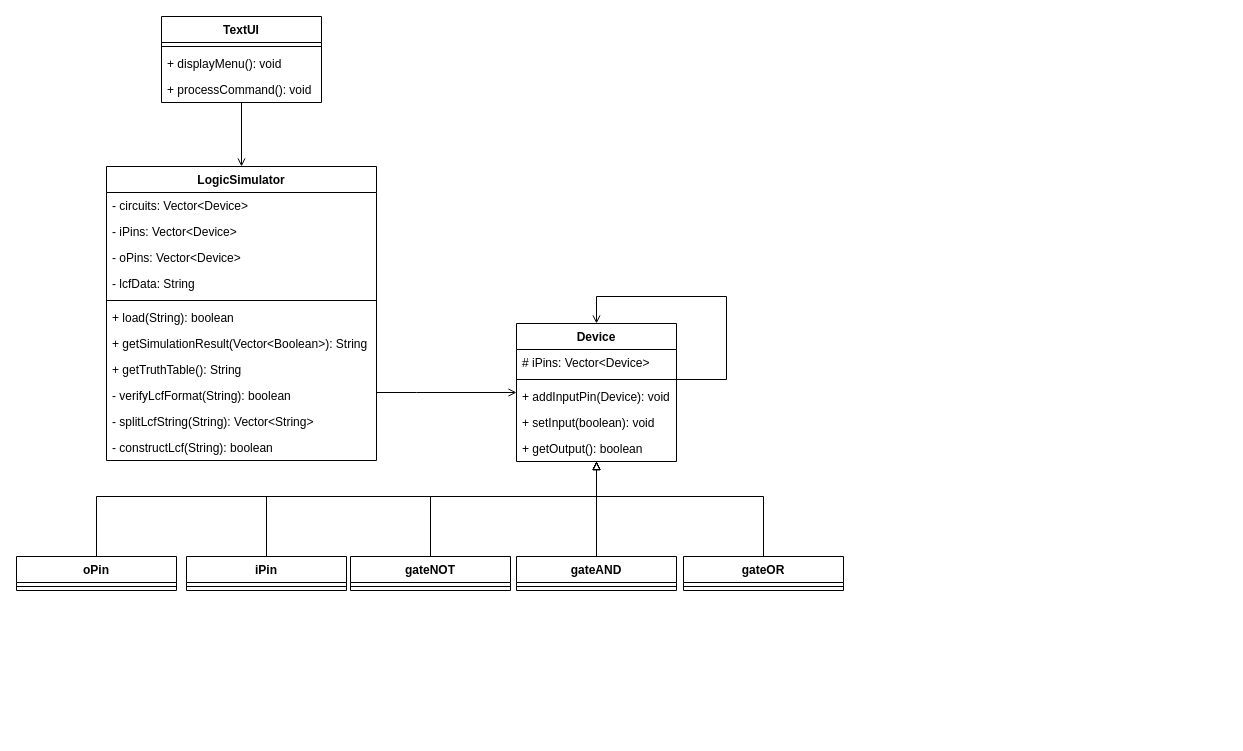
The draw.io diagram src/hw1.drawio.drawio in t109598097/109598097_2020_NTUT, before the edit. Source tidied: cells renumbered, new cells numbered last; positions are measured from the earlier drawing's top-left corner, leaving out a move shared by most shapes. Both pictures are drawn from the tidied source at 100%, with x=0, y=0 at pixel (16, 16).
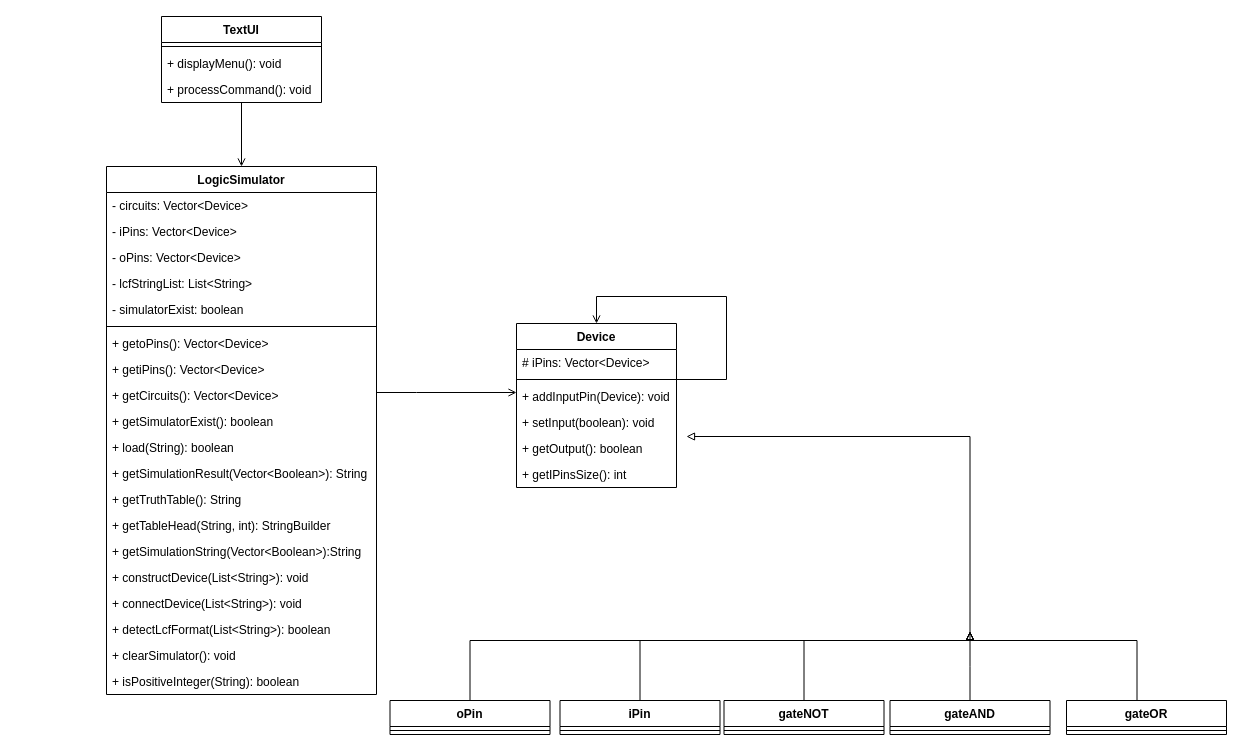
The same diagram, later.

Change to the diagram source:
```diff
@@
-    <mxCell id="2" style="edgeStyle=orthogonalEdgeStyle;rounded=0;jettySize=auto;html=1;endArrow=block;endFill=0;" parent="1" edge="1" source="3" target="20">
+    <mxCell id="2" style="edgeStyle=orthogonalEdgeStyle;rounded=0;jettySize=auto;html=1;endArrow=block;endFill=0;" parent="1" edge="1" source="3">
       <mxGeometry relative="1" as="geometry">
+        <mxPoint x="953.5" y="615" as="targetPoint" />
         <Array as="points">
-          <mxPoint x="414" y="480" />
-          <mxPoint x="580" y="480" />
+          <mxPoint x="787.5" y="624" />
+          <mxPoint x="953.5" y="624" />
         </Array>
       </mxGeometry>
     </mxCell>
-    <mxCell id="3" value="gateNOT" style="swimlane;fontStyle=1;align=center;verticalAlign=top;horizontal=1;startSize=26;" parent="1" vertex="1">
-      <mxGeometry x="334" y="540" width="160" height="34" as="geometry" />
-    </mxCell>
-    <mxCell id="4" style="line;strokeWidth=1;fillColor=none;align=left;verticalAlign=middle;spacingTop=-1;spacingLeft=3;spacingRight=3;labelPosition=right;" parent="3" vertex="1">
-      <mxGeometry y="26" width="160" height="8" as="geometry" />
-    </mxCell>
-    <mxCell id="5" style="edgeStyle=orthogonalEdgeStyle;rounded=0;jettySize=auto;html=1;endArrow=block;endFill=0;" parent="1" edge="1" source="18" target="20">
-      <mxGeometry relative="1" as="geometry" />
+    <mxCell id="5" style="edgeStyle=orthogonalEdgeStyle;rounded=0;jettySize=auto;html=1;endArrow=block;endFill=0;" parent="1" edge="1" source="18">
+      <mxGeometry relative="1" as="geometry">
+        <mxPoint x="953.5" y="615" as="targetPoint" />
+      </mxGeometry>
     </mxCell>
-    <mxCell id="6" style="edgeStyle=orthogonalEdgeStyle;rounded=0;jettySize=auto;html=1;endArrow=block;endFill=0;" parent="1" edge="1" source="7" target="20">
+    <mxCell id="6" style="edgeStyle=orthogonalEdgeStyle;rounded=0;orthogonalLoop=1;jettySize=auto;html=1;endArrow=block;endFill=0;" parent="1" edge="1">
       <mxGeometry relative="1" as="geometry">
+        <mxPoint x="1120.5" y="684" as="sourcePoint" />
+        <mxPoint x="953.5" y="615" as="targetPoint" />
         <Array as="points">
-          <mxPoint x="747" y="480" />
-          <mxPoint x="580" y="480" />
+          <mxPoint x="1120.5" y="624" />
+          <mxPoint x="953.5" y="624" />
         </Array>
       </mxGeometry>
     </mxCell>
-    <mxCell id="7" value="gateOR" style="swimlane;fontStyle=1;align=center;verticalAlign=top;horizontal=1;startSize=26;" parent="1" vertex="1">
-      <mxGeometry x="667" y="540" width="160" height="34" as="geometry" />
-    </mxCell>
-    <mxCell id="8" style="line;strokeWidth=1;fillColor=none;align=left;verticalAlign=middle;spacingTop=-1;spacingLeft=3;spacingRight=3;labelPosition=right;" parent="7" vertex="1">
-      <mxGeometry y="26" width="160" height="8" as="geometry" />
-    </mxCell>
-    <mxCell id="9" style="edgeStyle=orthogonalEdgeStyle;rounded=0;jettySize=auto;html=1;exitX=0.5;exitY=0;exitDx=0;exitDy=0;endArrow=block;endFill=0;" parent="1" edge="1" source="10" target="20">
+    <mxCell id="9" style="edgeStyle=orthogonalEdgeStyle;rounded=0;jettySize=auto;html=1;exitX=0.5;exitY=0;exitDx=0;exitDy=0;endArrow=block;endFill=0;" parent="1" edge="1" source="10">
       <mxGeometry relative="1" as="geometry">
+        <mxPoint x="953.5" y="615" as="targetPoint" />
         <Array as="points">
-          <mxPoint x="250" y="480" />
-          <mxPoint x="580" y="480" />
+          <mxPoint x="623.5" y="624" />
+          <mxPoint x="953.5" y="624" />
         </Array>
       </mxGeometry>
     </mxCell>
-    <mxCell id="10" value="iPin" style="swimlane;fontStyle=1;align=center;verticalAlign=top;horizontal=1;startSize=26;" parent="1" vertex="1">
-      <mxGeometry x="170" y="540" width="160" height="34" as="geometry" />
-    </mxCell>
-    <mxCell id="11" style="line;strokeWidth=1;fillColor=none;align=left;verticalAlign=middle;spacingTop=-1;spacingLeft=3;spacingRight=3;labelPosition=right;" parent="10" vertex="1">
-      <mxGeometry y="26" width="160" height="8" as="geometry" />
-    </mxCell>
-    <mxCell id="12" style="edgeStyle=orthogonalEdgeStyle;rounded=0;jettySize=auto;html=1;endArrow=block;endFill=0;" parent="1" edge="1" source="13" target="20">
+    <mxCell id="12" style="edgeStyle=orthogonalEdgeStyle;rounded=0;jettySize=auto;html=1;endArrow=block;endFill=0;" parent="1" edge="1" source="13">
       <mxGeometry relative="1" as="geometry">
+        <mxPoint x="670" y="420" as="targetPoint" />
         <Array as="points">
-          <mxPoint x="80" y="480" />
-          <mxPoint x="580" y="480" />
+          <mxPoint x="453.5" y="624" />
+          <mxPoint x="953.5" y="624" />
         </Array>
       </mxGeometry>
     </mxCell>
-    <mxCell id="13" value="oPin" style="swimlane;fontStyle=1;align=center;verticalAlign=top;horizontal=1;startSize=26;" parent="1" vertex="1">
-      <mxGeometry y="540" width="160" height="34" as="geometry" />
-    </mxCell>
-    <mxCell id="14" style="line;strokeWidth=1;fillColor=none;align=left;verticalAlign=middle;spacingTop=-1;spacingLeft=3;spacingRight=3;labelPosition=right;" parent="13" vertex="1">
-      <mxGeometry y="26" width="160" height="8" as="geometry" />
-    </mxCell>
@@
-    <mxCell id="18" value="gateAND" style="swimlane;fontStyle=1;align=center;verticalAlign=top;horizontal=1;startSize=26;" parent="1" vertex="1">
-      <mxGeometry x="500" y="540" width="160" height="34" as="geometry" />
-    </mxCell>
-    <mxCell id="19" style="line;strokeWidth=1;fillColor=none;align=left;verticalAlign=middle;spacingTop=-1;spacingLeft=3;spacingRight=3;labelPosition=right;" parent="18" vertex="1">
-      <mxGeometry y="26" width="160" height="8" as="geometry" />
-    </mxCell>
     <mxCell id="20" value="Device" style="swimlane;fontStyle=1;align=center;verticalAlign=top;horizontal=1;startSize=26;" parent="1" vertex="1">
-      <mxGeometry x="500" y="307" width="160" height="138" as="geometry" />
+      <mxGeometry x="500" y="307" width="160" height="164" as="geometry" />
     </mxCell>
@@
+    <mxCell id="42" value="+ getIPinsSize(): int" style="text;strokeColor=none;fillColor=none;align=left;verticalAlign=top;spacingLeft=4;spacingRight=4;overflow=hidden;" parent="20" vertex="1">
+      <mxGeometry y="138" width="160" height="26" as="geometry" />
+    </mxCell>
@@
     <mxCell id="30" value="LogicSimulator" style="swimlane;fontStyle=1;align=center;verticalAlign=top;horizontal=1;startSize=26;" parent="1" vertex="1">
-      <mxGeometry x="90" y="150" width="270" height="294" as="geometry" />
+      <mxGeometry x="90" y="150" width="270" height="528" as="geometry" />
     </mxCell>
@@
-    <mxCell id="34" value="- lcfData: String" style="text;strokeColor=none;fillColor=none;align=left;verticalAlign=top;spacingLeft=4;spacingRight=4;overflow=hidden;" parent="30" vertex="1">
+    <mxCell id="34" value="- lcfStringList: List&lt;String&gt;&#10;" style="text;strokeColor=none;fillColor=none;align=left;verticalAlign=top;spacingLeft=4;spacingRight=4;overflow=hidden;" parent="30" vertex="1">
       <mxGeometry y="104" width="270" height="26" as="geometry" />
     </mxCell>
+    <mxCell id="43" value="- simulatorExist: boolean&#10;" style="text;strokeColor=none;fillColor=none;align=left;verticalAlign=top;spacingLeft=4;spacingRight=4;overflow=hidden;" parent="30" vertex="1">
+      <mxGeometry y="130" width="270" height="26" as="geometry" />
+    </mxCell>
     <mxCell id="35" style="line;strokeWidth=1;fillColor=none;align=left;verticalAlign=middle;spacingTop=-1;spacingLeft=3;spacingRight=3;labelPosition=right;" parent="30" vertex="1">
-      <mxGeometry y="130" width="270" height="8" as="geometry" />
+      <mxGeometry y="156" width="270" height="8" as="geometry" />
     </mxCell>
+    <mxCell id="44" value="+ getoPins(): Vector&lt;Device&gt;&#10;" style="text;strokeColor=none;fillColor=none;align=left;verticalAlign=top;spacingLeft=4;spacingRight=4;overflow=hidden;" parent="30" vertex="1">
+      <mxGeometry y="164" width="270" height="26" as="geometry" />
+    </mxCell>
+    <mxCell id="45" value="+ getiPins(): Vector&lt;Device&gt;&#10;" style="text;strokeColor=none;fillColor=none;align=left;verticalAlign=top;spacingLeft=4;spacingRight=4;overflow=hidden;" parent="30" vertex="1">
+      <mxGeometry y="190" width="270" height="26" as="geometry" />
+    </mxCell>
+    <mxCell id="46" value="+ getCircuits(): Vector&lt;Device&gt;&#10;" style="text;strokeColor=none;fillColor=none;align=left;verticalAlign=top;spacingLeft=4;spacingRight=4;overflow=hidden;" parent="30" vertex="1">
+      <mxGeometry y="216" width="270" height="26" as="geometry" />
+    </mxCell>
+    <mxCell id="47" value="+ getSimulatorExist(): boolean&#10;" style="text;strokeColor=none;fillColor=none;align=left;verticalAlign=top;spacingLeft=4;spacingRight=4;overflow=hidden;" parent="30" vertex="1">
+      <mxGeometry y="242" width="270" height="26" as="geometry" />
+    </mxCell>
     <mxCell id="36" value="+ load(String): boolean" style="text;strokeColor=none;fillColor=none;align=left;verticalAlign=top;spacingLeft=4;spacingRight=4;overflow=hidden;" parent="30" vertex="1">
-      <mxGeometry y="138" width="270" height="26" as="geometry" />
+      <mxGeometry y="268" width="270" height="26" as="geometry" />
     </mxCell>
     <mxCell id="37" value="+ getSimulationResult(Vector&lt;Boolean&gt;): String" style="text;strokeColor=none;fillColor=none;align=left;verticalAlign=top;spacingLeft=4;spacingRight=4;overflow=hidden;" parent="30" vertex="1">
-      <mxGeometry y="164" width="270" height="26" as="geometry" />
+      <mxGeometry y="294" width="270" height="26" as="geometry" />
     </mxCell>
     <mxCell id="38" value="+ getTruthTable(): String" style="text;strokeColor=none;fillColor=none;align=left;verticalAlign=top;spacingLeft=4;spacingRight=4;overflow=hidden;" parent="30" vertex="1">
-      <mxGeometry y="190" width="270" height="26" as="geometry" />
+      <mxGeometry y="320" width="270" height="26" as="geometry" />
     </mxCell>
-    <mxCell id="39" value="- verifyLcfFormat(String): boolean&#10;" style="text;strokeColor=none;fillColor=none;align=left;verticalAlign=top;spacingLeft=4;spacingRight=4;overflow=hidden;" parent="30" vertex="1">
-      <mxGeometry y="216" width="270" height="26" as="geometry" />
+    <mxCell id="39" value="+ getTableHead(String, int): StringBuilder&#10;" style="text;strokeColor=none;fillColor=none;align=left;verticalAlign=top;spacingLeft=4;spacingRight=4;overflow=hidden;" parent="30" vertex="1">
+      <mxGeometry y="346" width="270" height="26" as="geometry" />
     </mxCell>
-    <mxCell id="40" value="- splitLcfString(String): Vector&lt;String&gt;&#10;" style="text;strokeColor=none;fillColor=none;align=left;verticalAlign=top;spacingLeft=4;spacingRight=4;overflow=hidden;" parent="30" vertex="1">
-      <mxGeometry y="242" width="270" height="26" as="geometry" />
+    <mxCell id="40" value="+ getSimulationString(Vector&lt;Boolean&gt;):String&#10;" style="text;strokeColor=none;fillColor=none;align=left;verticalAlign=top;spacingLeft=4;spacingRight=4;overflow=hidden;" parent="30" vertex="1">
+      <mxGeometry y="372" width="270" height="26" as="geometry" />
     </mxCell>
+    <mxCell id="48" value="+ constructDevice(List&lt;String&gt;): void&#10;" style="text;strokeColor=none;fillColor=none;align=left;verticalAlign=top;spacingLeft=4;spacingRight=4;overflow=hidden;" parent="30" vertex="1">
+      <mxGeometry y="398" width="270" height="26" as="geometry" />
+    </mxCell>
-    <mxCell id="41" value="- constructLcf(String): boolean&#10;" style="text;strokeColor=none;fillColor=none;align=left;verticalAlign=top;spacingLeft=4;spacingRight=4;overflow=hidden;" parent="30" vertex="1">
-      <mxGeometry y="268" width="270" height="26" as="geometry" />
+    <mxCell id="41" value="+ connectDevice(List&lt;String&gt;): void&#10;" style="text;strokeColor=none;fillColor=none;align=left;verticalAlign=top;spacingLeft=4;spacingRight=4;overflow=hidden;" parent="30" vertex="1">
+      <mxGeometry y="424" width="270" height="26" as="geometry" />
     </mxCell>
+    <mxCell id="49" value="+ detectLcfFormat(List&lt;String&gt;): boolean&#10;" style="text;strokeColor=none;fillColor=none;align=left;verticalAlign=top;spacingLeft=4;spacingRight=4;overflow=hidden;" parent="30" vertex="1">
+      <mxGeometry y="450" width="270" height="26" as="geometry" />
+    </mxCell>
+    <mxCell id="50" value="+ clearSimulator(): void&#10;&#10;" style="text;strokeColor=none;fillColor=none;align=left;verticalAlign=top;spacingLeft=4;spacingRight=4;overflow=hidden;" parent="30" vertex="1">
+      <mxGeometry y="476" width="270" height="26" as="geometry" />
+    </mxCell>
+    <mxCell id="51" value="+ isPositiveInteger(String): boolean&#10;" style="text;strokeColor=none;fillColor=none;align=left;verticalAlign=top;spacingLeft=4;spacingRight=4;overflow=hidden;" parent="30" vertex="1">
+      <mxGeometry y="502" width="270" height="26" as="geometry" />
+    </mxCell>
+    <mxCell id="3" value="gateNOT" style="swimlane;fontStyle=1;align=center;verticalAlign=top;horizontal=1;startSize=26;" parent="1" vertex="1">
+      <mxGeometry x="707.5" y="684" width="160" height="34" as="geometry" />
+    </mxCell>
+    <mxCell id="4" style="line;strokeWidth=1;fillColor=none;align=left;verticalAlign=middle;spacingTop=-1;spacingLeft=3;spacingRight=3;labelPosition=right;" parent="3" vertex="1">
+      <mxGeometry y="26" width="160" height="8" as="geometry" />
+    </mxCell>
+    <mxCell id="10" value="iPin" style="swimlane;fontStyle=1;align=center;verticalAlign=top;horizontal=1;startSize=26;" parent="1" vertex="1">
+      <mxGeometry x="543.5" y="684" width="160" height="34" as="geometry" />
+    </mxCell>
+    <mxCell id="11" style="line;strokeWidth=1;fillColor=none;align=left;verticalAlign=middle;spacingTop=-1;spacingLeft=3;spacingRight=3;labelPosition=right;" parent="10" vertex="1">
+      <mxGeometry y="26" width="160" height="8" as="geometry" />
+    </mxCell>
+    <mxCell id="18" value="gateAND" style="swimlane;fontStyle=1;align=center;verticalAlign=top;horizontal=1;startSize=26;" parent="1" vertex="1">
+      <mxGeometry x="873.5" y="684" width="160" height="34" as="geometry" />
+    </mxCell>
+    <mxCell id="19" style="line;strokeWidth=1;fillColor=none;align=left;verticalAlign=middle;spacingTop=-1;spacingLeft=3;spacingRight=3;labelPosition=right;" parent="18" vertex="1">
+      <mxGeometry y="26" width="160" height="8" as="geometry" />
+    </mxCell>
+    <mxCell id="13" value="oPin" style="swimlane;fontStyle=1;align=center;verticalAlign=top;horizontal=1;startSize=26;" parent="1" vertex="1">
+      <mxGeometry x="373.5" y="684" width="160" height="34" as="geometry" />
+    </mxCell>
+    <mxCell id="14" style="line;strokeWidth=1;fillColor=none;align=left;verticalAlign=middle;spacingTop=-1;spacingLeft=3;spacingRight=3;labelPosition=right;" parent="13" vertex="1">
+      <mxGeometry y="26" width="160" height="8" as="geometry" />
+    </mxCell>
+    <mxCell id="7" value="gateOR" style="swimlane;fontStyle=1;align=center;verticalAlign=top;horizontal=1;startSize=26;" parent="1" vertex="1">
+      <mxGeometry x="1050" y="684" width="160" height="34" as="geometry" />
+    </mxCell>
+    <mxCell id="8" style="line;strokeWidth=1;fillColor=none;align=left;verticalAlign=middle;spacingTop=-1;spacingLeft=3;spacingRight=3;labelPosition=right;" parent="7" vertex="1">
+      <mxGeometry y="26" width="160" height="8" as="geometry" />
+    </mxCell>
```
